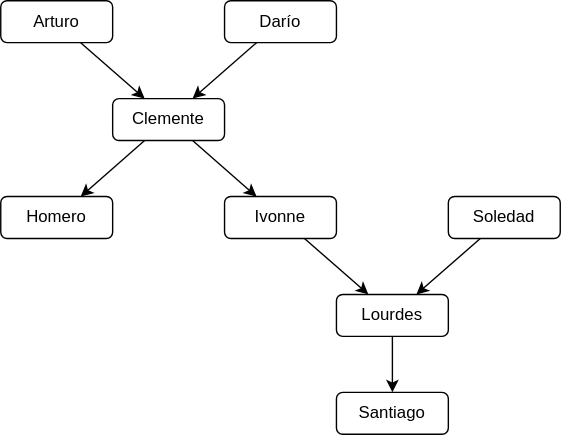
The draw.io diagram docs/img/lineage.svg in gvwilson/sql-tutorial, before a commit. Source tidied: cells renumbered, new cells last; positions are measured from the earlier drawing's top-left corner, leaving out a move shared by most shapes.
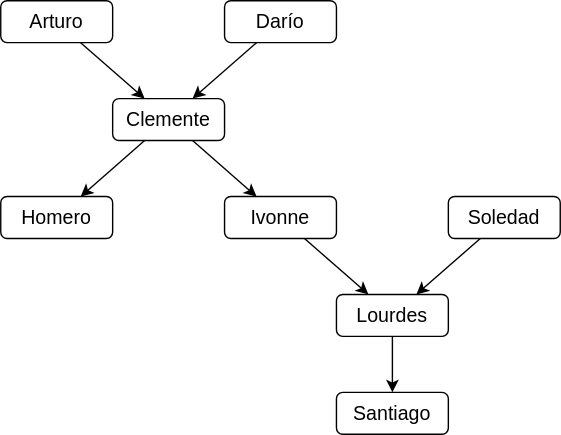
The same file after the commit.

Change to the diagram source:
```diff
@@ -2,49 +2,49 @@
   <root>
     <mxCell id="0" />
     <mxCell id="1" parent="0" />
-    <mxCell id="2" value="Arturo" style="rounded=1;whiteSpace=wrap;html=1;fillColor=none;" parent="1" vertex="1">
+    <mxCell id="2" value="Arturo" style="rounded=1;whiteSpace=wrap;html=1;fillColor=none;fontSize=14;" parent="1" vertex="1">
       <mxGeometry width="80" height="30" as="geometry" />
     </mxCell>
-    <mxCell id="3" value="Darío" style="rounded=1;whiteSpace=wrap;html=1;fillColor=none;" parent="1" vertex="1">
+    <mxCell id="3" value="Darío" style="rounded=1;whiteSpace=wrap;html=1;fillColor=none;fontSize=14;" parent="1" vertex="1">
       <mxGeometry x="160" width="80" height="30" as="geometry" />
     </mxCell>
-    <mxCell id="4" value="Clemente" style="rounded=1;whiteSpace=wrap;html=1;fillColor=none;" parent="1" vertex="1">
+    <mxCell id="4" value="Clemente" style="rounded=1;whiteSpace=wrap;html=1;fillColor=none;fontSize=14;" parent="1" vertex="1">
       <mxGeometry x="80" y="70" width="80" height="30" as="geometry" />
     </mxCell>
-    <mxCell id="5" value="Homero" style="rounded=1;whiteSpace=wrap;html=1;fillColor=none;" parent="1" vertex="1">
+    <mxCell id="5" value="Homero" style="rounded=1;whiteSpace=wrap;html=1;fillColor=none;fontSize=14;" parent="1" vertex="1">
       <mxGeometry y="140" width="80" height="30" as="geometry" />
     </mxCell>
-    <mxCell id="6" value="Ivonne" style="rounded=1;whiteSpace=wrap;html=1;fillColor=none;" parent="1" vertex="1">
+    <mxCell id="6" value="Ivonne" style="rounded=1;whiteSpace=wrap;html=1;fillColor=none;fontSize=14;" parent="1" vertex="1">
       <mxGeometry x="160" y="140" width="80" height="30" as="geometry" />
     </mxCell>
-    <mxCell id="7" value="Soledad" style="rounded=1;whiteSpace=wrap;html=1;fillColor=none;" parent="1" vertex="1">
+    <mxCell id="7" value="Soledad" style="rounded=1;whiteSpace=wrap;html=1;fillColor=none;fontSize=14;" parent="1" vertex="1">
       <mxGeometry x="320" y="140" width="80" height="30" as="geometry" />
     </mxCell>
-    <mxCell id="8" value="Lourdes" style="rounded=1;whiteSpace=wrap;html=1;fillColor=none;" parent="1" vertex="1">
+    <mxCell id="8" value="Lourdes" style="rounded=1;whiteSpace=wrap;html=1;fillColor=none;fontSize=14;" parent="1" vertex="1">
       <mxGeometry x="240" y="210" width="80" height="30" as="geometry" />
     </mxCell>
-    <mxCell id="9" value="Santiago" style="rounded=1;whiteSpace=wrap;html=1;fillColor=none;" parent="1" vertex="1">
+    <mxCell id="9" value="Santiago" style="rounded=1;whiteSpace=wrap;html=1;fillColor=none;fontSize=14;" parent="1" vertex="1">
       <mxGeometry x="240" y="280" width="80" height="30" as="geometry" />
     </mxCell>
-    <mxCell id="10" style="endArrow=classic;html=1;rounded=0;" parent="1" edge="1" source="2" target="4">
+    <mxCell id="10" style="endArrow=classic;html=1;rounded=0;fontSize=14;" parent="1" edge="1" source="2" target="4">
       <mxGeometry relative="1" as="geometry" />
     </mxCell>
-    <mxCell id="11" style="endArrow=classic;html=1;rounded=0;" parent="1" edge="1" source="3" target="4">
+    <mxCell id="11" style="endArrow=classic;html=1;rounded=0;fontSize=14;" parent="1" edge="1" source="3" target="4">
       <mxGeometry relative="1" as="geometry" />
     </mxCell>
-    <mxCell id="12" style="endArrow=classic;html=1;rounded=0;" parent="1" edge="1" source="4" target="5">
+    <mxCell id="12" style="endArrow=classic;html=1;rounded=0;fontSize=14;" parent="1" edge="1" source="4" target="5">
       <mxGeometry relative="1" as="geometry" />
     </mxCell>
-    <mxCell id="13" style="endArrow=classic;html=1;rounded=0;" parent="1" edge="1" source="4" target="6">
+    <mxCell id="13" style="endArrow=classic;html=1;rounded=0;fontSize=14;" parent="1" edge="1" source="4" target="6">
       <mxGeometry relative="1" as="geometry" />
     </mxCell>
-    <mxCell id="14" style="endArrow=classic;html=1;rounded=0;" parent="1" edge="1" source="6" target="8">
+    <mxCell id="14" style="endArrow=classic;html=1;rounded=0;fontSize=14;" parent="1" edge="1" source="6" target="8">
       <mxGeometry relative="1" as="geometry" />
     </mxCell>
-    <mxCell id="15" style="endArrow=classic;html=1;rounded=0;" parent="1" edge="1" source="7" target="8">
+    <mxCell id="15" style="endArrow=classic;html=1;rounded=0;fontSize=14;" parent="1" edge="1" source="7" target="8">
       <mxGeometry relative="1" as="geometry" />
     </mxCell>
-    <mxCell id="16" style="endArrow=classic;html=1;rounded=0;" parent="1" edge="1" source="8" target="9">
+    <mxCell id="16" style="endArrow=classic;html=1;rounded=0;fontSize=14;" parent="1" edge="1" source="8" target="9">
       <mxGeometry relative="1" as="geometry" />
     </mxCell>
   </root>
```
